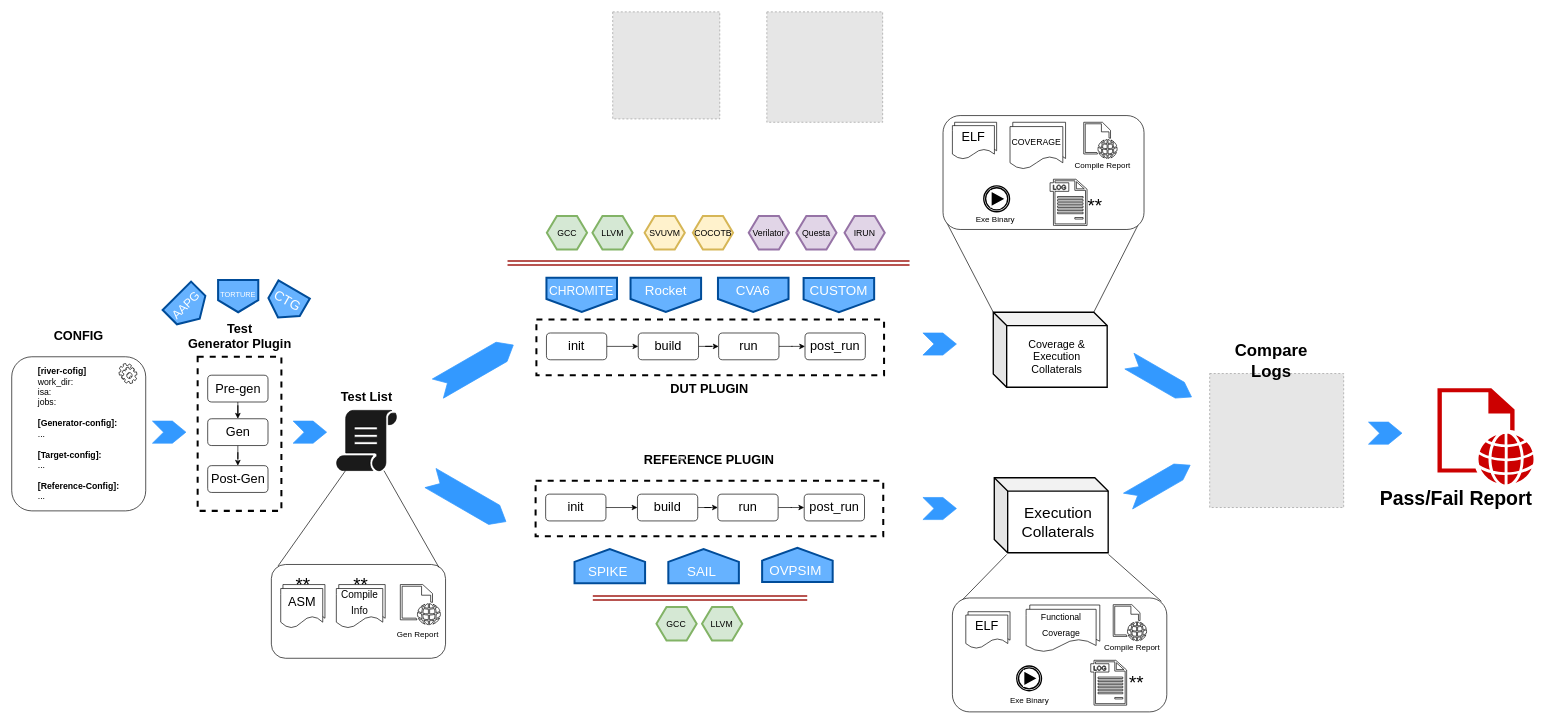
Above: page "v3" (2 of 5) of docs/source/diagrams/River.drawio in incoresemi/river_core (draw.io), before the change. Source tidied: cells renumbered, new cells numbered last; positions are measured from the earlier drawing's top-left corner, leaving out a move shared by most shapes. Both pictures are drawn from the tidied source at 67%, with x=0, y=0 at pixel (11, 11). Pictures stored in the file or linked from it are replaced by grey dashed boxes.
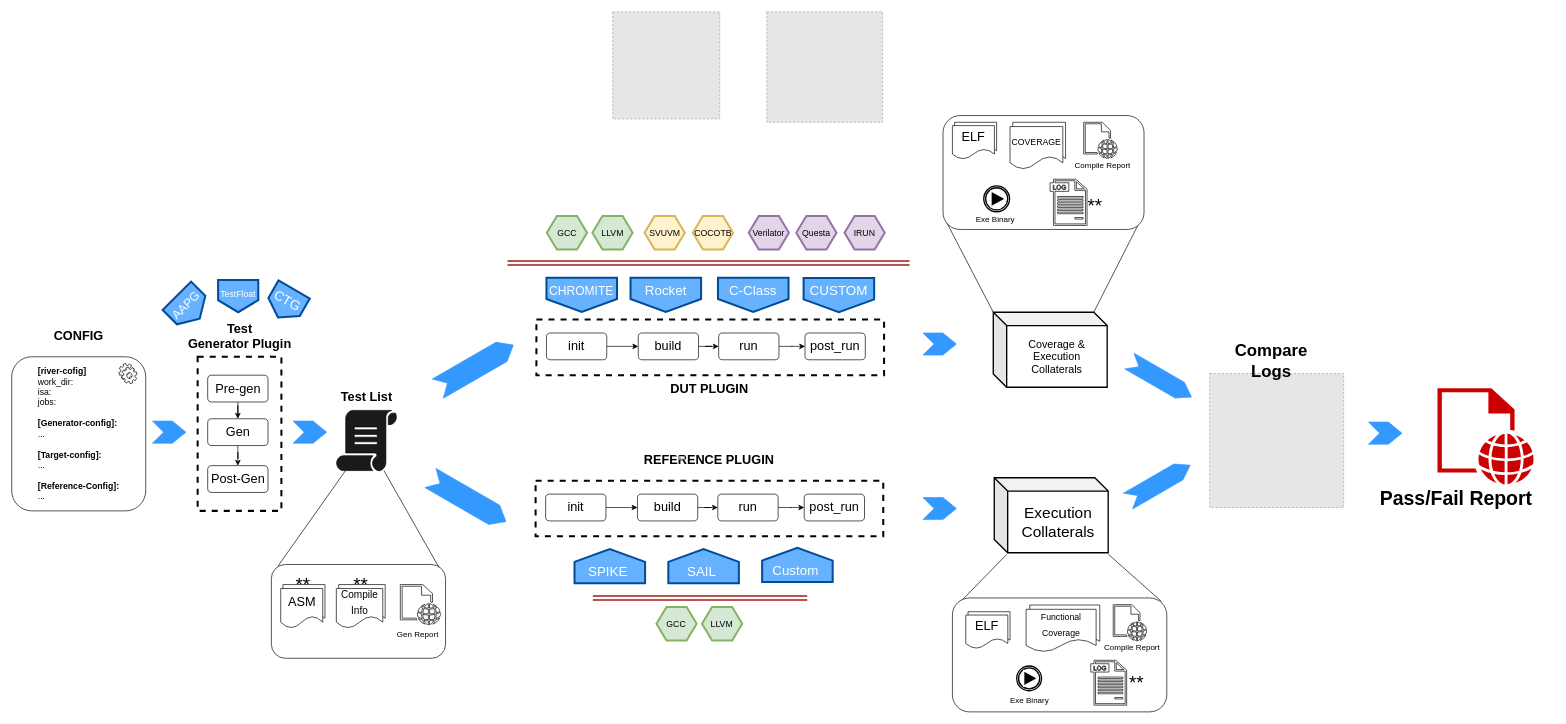
After the change.

Unchanged cells that the change refers to:
```xml
<mxCell id="124" style="group;fontColor=#FFFFFF;fontFamily=Ubuntu;fontSize=10;rotation=-180;" parent="1" vertex="1">
  <mxGeometry x="1120" y="800.1" width="105.3" height="53" as="geometry" />
</mxCell>
<mxCell id="129" style="group;fontColor=#FFFFFF;fontFamily=Ubuntu;" parent="1" vertex="1">
  <mxGeometry x="308" y="398.5" width="84.5" height="50" as="geometry" />
</mxCell>
```

Diff of the diagram source:
```diff
@@
-    <mxCell id="115" value="&lt;font color=&quot;#ffffff&quot;&gt;CVA6&lt;/font&gt;" style="shape=offPageConnector;whiteSpace=wrap;html=1;strokeWidth=3;fillColor=#66B2FF;fontFamily=Ubuntu;fontSize=20;rotation=0;verticalAlign=top;strokeColor=#004C99;" parent="1" vertex="1">
+    <mxCell id="115" value="&lt;font color=&quot;#ffffff&quot;&gt;C-Class&lt;/font&gt;" style="shape=offPageConnector;whiteSpace=wrap;html=1;strokeWidth=3;fillColor=#66B2FF;fontFamily=Ubuntu;fontSize=20;rotation=0;verticalAlign=top;strokeColor=#004C99;" parent="1" vertex="1">
       <mxGeometry x="1054.1" y="396.9" width="105.3" height="51.1" as="geometry" />
     </mxCell>
@@
-    <mxCell id="126" value="OVPSIM" style="text;html=1;strokeColor=none;fillColor=none;align=center;verticalAlign=middle;whiteSpace=wrap;rounded=0;fontFamily=Ubuntu;fontSize=20;fontColor=#FFFFFF;" parent="124" vertex="1">
+    <mxCell id="126" value="Custom" style="text;html=1;strokeColor=none;fillColor=none;align=center;verticalAlign=middle;whiteSpace=wrap;rounded=0;fontFamily=Ubuntu;fontSize=20;fontColor=#FFFFFF;" parent="124" vertex="1">
       <mxGeometry y="23" width="100" height="20" as="geometry" />
     </mxCell>
@@
-    <mxCell id="130" value="&lt;font color=&quot;#ffffff&quot; style=&quot;font-size: 11px&quot;&gt;TORTURE&lt;/font&gt;" style="shape=offPageConnector;whiteSpace=wrap;html=1;strokeWidth=3;fillColor=#66B2FF;fontFamily=Ubuntu;fontSize=20;rotation=0;verticalAlign=top;strokeColor=#004C99;" parent="129" vertex="1">
+    <mxCell id="130" value="&lt;font color=&quot;#ffffff&quot; style=&quot;font-size: 13px&quot;&gt;TestFloat&lt;/font&gt;" style="shape=offPageConnector;whiteSpace=wrap;html=1;strokeWidth=3;fillColor=#66B2FF;fontFamily=Ubuntu;fontSize=20;rotation=0;verticalAlign=top;strokeColor=#004C99;" parent="129" vertex="1">
       <mxGeometry y="1.8" width="60" height="48.2" as="geometry" />
     </mxCell>
```
